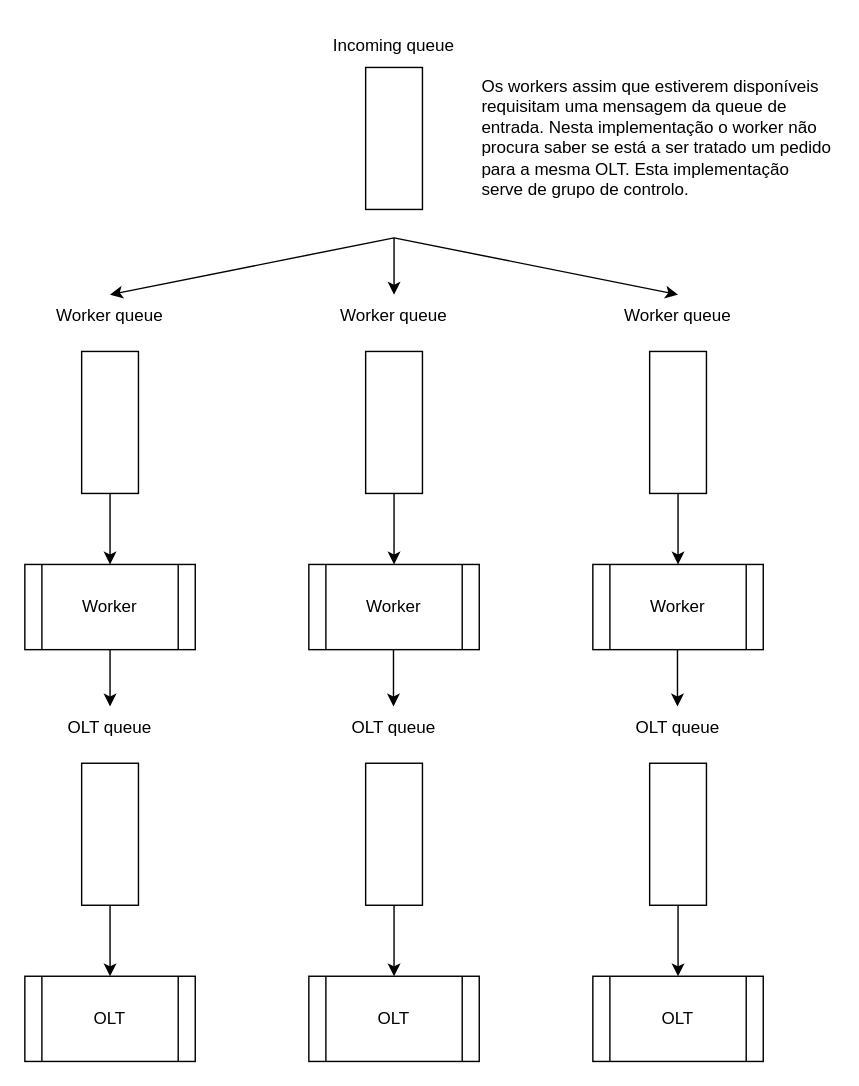
Above: architecture_schemes/algorithm_4.drawio in pedroagribeiro/uservice_arch_testbench (draw.io), before the change. Source tidied: cells renumbered, new cells numbered last; positions are measured from the earlier drawing's top-left corner, leaving out a move shared by most shapes. Both pictures are drawn from the tidied source at 142%, with x=0, y=0 at pixel (24, 24).
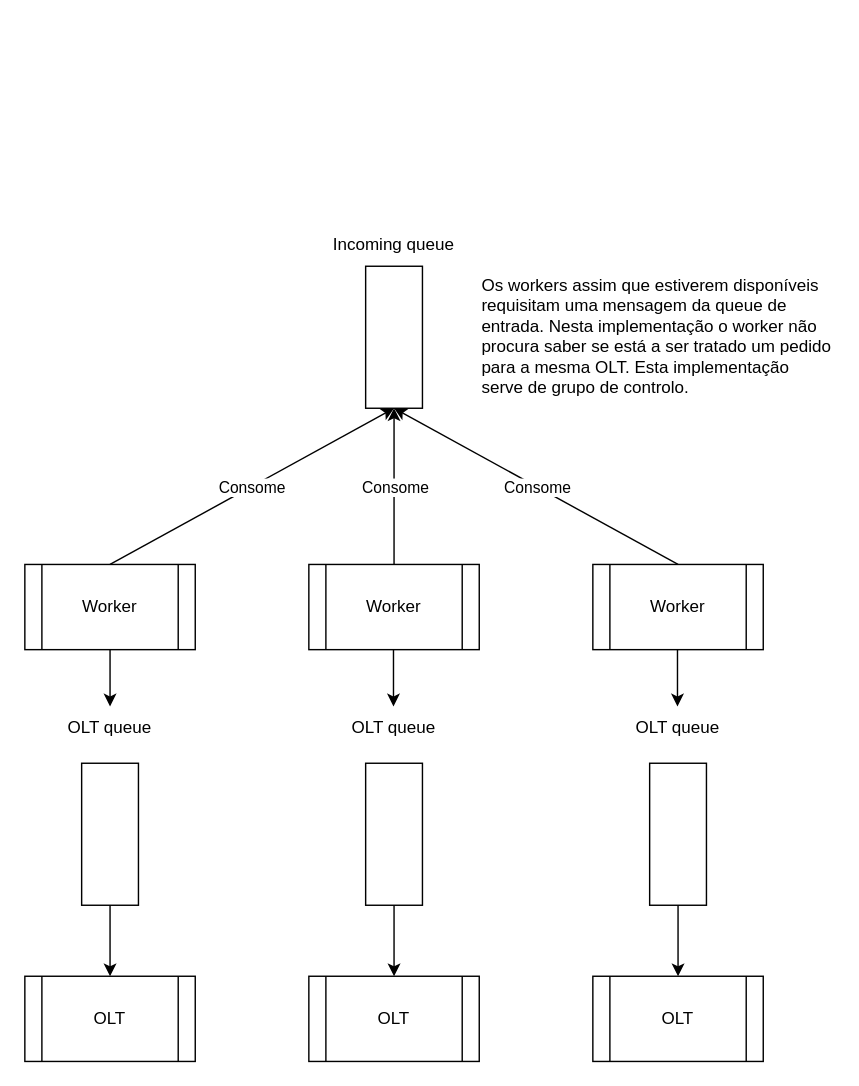
Above is the later version.

Unchanged cells that the change refers to:
```xml
<mxCell id="4" value="Worker" style="shape=process;whiteSpace=wrap;html=1;backgroundOutline=1;" parent="1" vertex="1">
  <mxGeometry y="380" width="120" height="60" as="geometry" />
</mxCell>
<mxCell id="6" value="Worker" style="shape=process;whiteSpace=wrap;html=1;backgroundOutline=1;" parent="1" vertex="1">
  <mxGeometry x="200" y="380" width="120" height="60" as="geometry" />
</mxCell>
<mxCell id="8" value="Worker" style="shape=process;whiteSpace=wrap;html=1;backgroundOutline=1;" parent="1" vertex="1">
  <mxGeometry x="400" y="380" width="120" height="60" as="geometry" />
</mxCell>
```

What changed in the source:
```diff
@@
     <mxCell id="2" style="rounded=0;whiteSpace=wrap;html=1;" parent="1" vertex="1">
-      <mxGeometry x="240" y="30" width="40" height="100" as="geometry" />
+      <mxGeometry x="240" y="170" width="40" height="100" as="geometry" />
     </mxCell>
     <mxCell id="3" value="Incoming queue" style="text;html=1;strokeColor=none;fillColor=none;align=center;verticalAlign=middle;whiteSpace=wrap;rounded=0;" parent="1" vertex="1">
-      <mxGeometry x="210" width="100" height="30" as="geometry" />
+      <mxGeometry x="210" y="140" width="100" height="30" as="geometry" />
     </mxCell>
@@
-    <mxCell id="5" style="rounded=0;whiteSpace=wrap;html=1;" parent="1" vertex="1">
-      <mxGeometry x="40" y="230" width="40" height="100" as="geometry" />
-    </mxCell>
@@
-    <mxCell id="7" style="rounded=0;whiteSpace=wrap;html=1;" parent="1" vertex="1">
-      <mxGeometry x="240" y="230" width="40" height="100" as="geometry" />
-    </mxCell>
@@
-    <mxCell id="9" style="rounded=0;whiteSpace=wrap;html=1;" parent="1" vertex="1">
-      <mxGeometry x="440" y="230" width="40" height="100" as="geometry" />
-    </mxCell>
-    <mxCell id="10" value="Worker queue" style="text;html=1;strokeColor=none;fillColor=none;align=center;verticalAlign=middle;whiteSpace=wrap;rounded=0;" parent="1" vertex="1">
-      <mxGeometry x="10" y="190" width="100" height="30" as="geometry" />
-    </mxCell>
-    <mxCell id="11" value="Worker queue" style="text;html=1;strokeColor=none;fillColor=none;align=center;verticalAlign=middle;whiteSpace=wrap;rounded=0;" parent="1" vertex="1">
-      <mxGeometry x="210" y="190" width="100" height="30" as="geometry" />
-    </mxCell>
-    <mxCell id="12" value="Worker queue" style="text;html=1;strokeColor=none;fillColor=none;align=center;verticalAlign=middle;whiteSpace=wrap;rounded=0;" parent="1" vertex="1">
-      <mxGeometry x="410" y="190" width="100" height="30" as="geometry" />
-    </mxCell>
-    <mxCell id="13" style="endArrow=classic;html=1;rounded=0;exitX=0.5;exitY=1;exitDx=0;exitDy=0;entryX=0.5;entryY=0;entryDx=0;entryDy=0;" parent="1" edge="1" target="10">
-      <mxGeometry relative="1" as="geometry">
-        <mxPoint x="260" y="150" as="sourcePoint" />
-      </mxGeometry>
-    </mxCell>
-    <mxCell id="14" style="endArrow=classic;html=1;rounded=0;entryX=0.5;entryY=0;entryDx=0;entryDy=0;" parent="1" edge="1" target="11">
-      <mxGeometry relative="1" as="geometry">
-        <mxPoint x="260" y="150" as="sourcePoint" />
-      </mxGeometry>
-    </mxCell>
-    <mxCell id="15" style="endArrow=classic;html=1;rounded=0;exitX=0.5;exitY=1;exitDx=0;exitDy=0;entryX=0.5;entryY=0;entryDx=0;entryDy=0;" parent="1" edge="1" target="12">
-      <mxGeometry relative="1" as="geometry">
-        <mxPoint x="260" y="150" as="sourcePoint" />
-      </mxGeometry>
-    </mxCell>
-    <mxCell id="16" style="endArrow=classic;html=1;rounded=0;exitX=0.5;exitY=1;exitDx=0;exitDy=0;entryX=0.5;entryY=0;entryDx=0;entryDy=0;" parent="1" edge="1" source="5" target="4">
-      <mxGeometry relative="1" as="geometry" />
-    </mxCell>
-    <mxCell id="17" style="endArrow=classic;html=1;rounded=0;exitX=0.5;exitY=1;exitDx=0;exitDy=0;entryX=0.5;entryY=0;entryDx=0;entryDy=0;" parent="1" edge="1" source="7" target="6">
-      <mxGeometry relative="1" as="geometry" />
-    </mxCell>
-    <mxCell id="18" style="endArrow=classic;html=1;rounded=0;exitX=0.5;exitY=1;exitDx=0;exitDy=0;entryX=0.5;entryY=0;entryDx=0;entryDy=0;" parent="1" edge="1" source="9" target="8">
-      <mxGeometry relative="1" as="geometry" />
-    </mxCell>
@@
     <mxCell id="34" value="Os workers assim que estiverem disponíveis requisitam uma mensagem da queue de entrada. Nesta implementação o worker não procura saber se está a ser tratado um pedido para a mesma OLT. Esta implementação serve de grupo de controlo." style="text;html=1;strokeColor=none;fillColor=none;align=left;verticalAlign=top;whiteSpace=wrap;rounded=0;" parent="1" vertex="1">
-      <mxGeometry x="320" y="30" width="250" height="40" as="geometry" />
+      <mxGeometry x="320" y="170" width="250" height="40" as="geometry" />
     </mxCell>
+    <mxCell id="35" style="endArrow=classic;html=1;rounded=0;entryX=0.5;entryY=1;entryDx=0;entryDy=0;" parent="1" edge="1" target="2">
+      <mxGeometry relative="1" as="geometry">
+        <mxPoint x="60" y="380" as="sourcePoint" />
+      </mxGeometry>
+    </mxCell>
+    <mxCell id="36" value="Consome" style="edgeLabel;html=1;align=center;verticalAlign=middle;" parent="35" vertex="1">
+      <mxGeometry relative="1" as="geometry" />
+    </mxCell>
+    <mxCell id="37" style="endArrow=classic;html=1;rounded=0;entryX=0.5;entryY=1;entryDx=0;entryDy=0;exitX=0.5;exitY=0;exitDx=0;exitDy=0;" parent="1" edge="1" source="6" target="2">
+      <mxGeometry relative="1" as="geometry" />
+    </mxCell>
+    <mxCell id="38" value="Consome" style="edgeLabel;html=1;align=center;verticalAlign=middle;" parent="37" vertex="1">
+      <mxGeometry relative="1" as="geometry" />
+    </mxCell>
+    <mxCell id="39" style="endArrow=classic;html=1;rounded=0;exitX=0.5;exitY=0;exitDx=0;exitDy=0;" parent="1" edge="1" source="8">
+      <mxGeometry relative="1" as="geometry">
+        <mxPoint x="260" y="270" as="targetPoint" />
+      </mxGeometry>
+    </mxCell>
+    <mxCell id="40" value="Consome" style="edgeLabel;html=1;align=center;verticalAlign=middle;" parent="39" vertex="1">
+      <mxGeometry relative="1" as="geometry" />
+    </mxCell>
```
